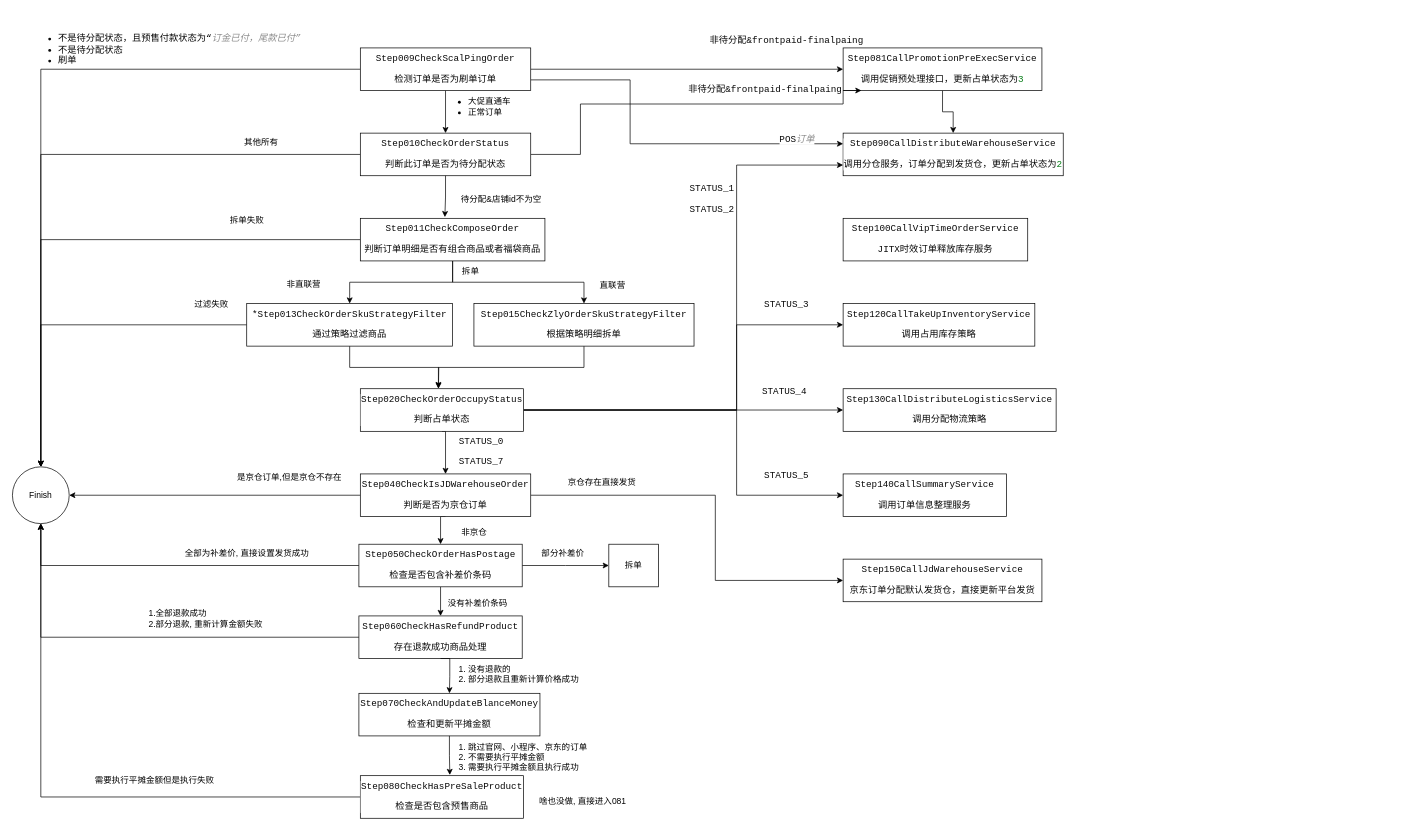
The draw.io diagram VF/VMID/order.drawio in yeahsyoung/diagram, before the edit. Source tidied: cells renumbered, new cells numbered last; positions are measured from the earlier drawing's top-left corner, leaving out a move shared by most shapes. Both pictures are drawn from the tidied source at 71%, with x=0, y=0 at pixel (12, 18).
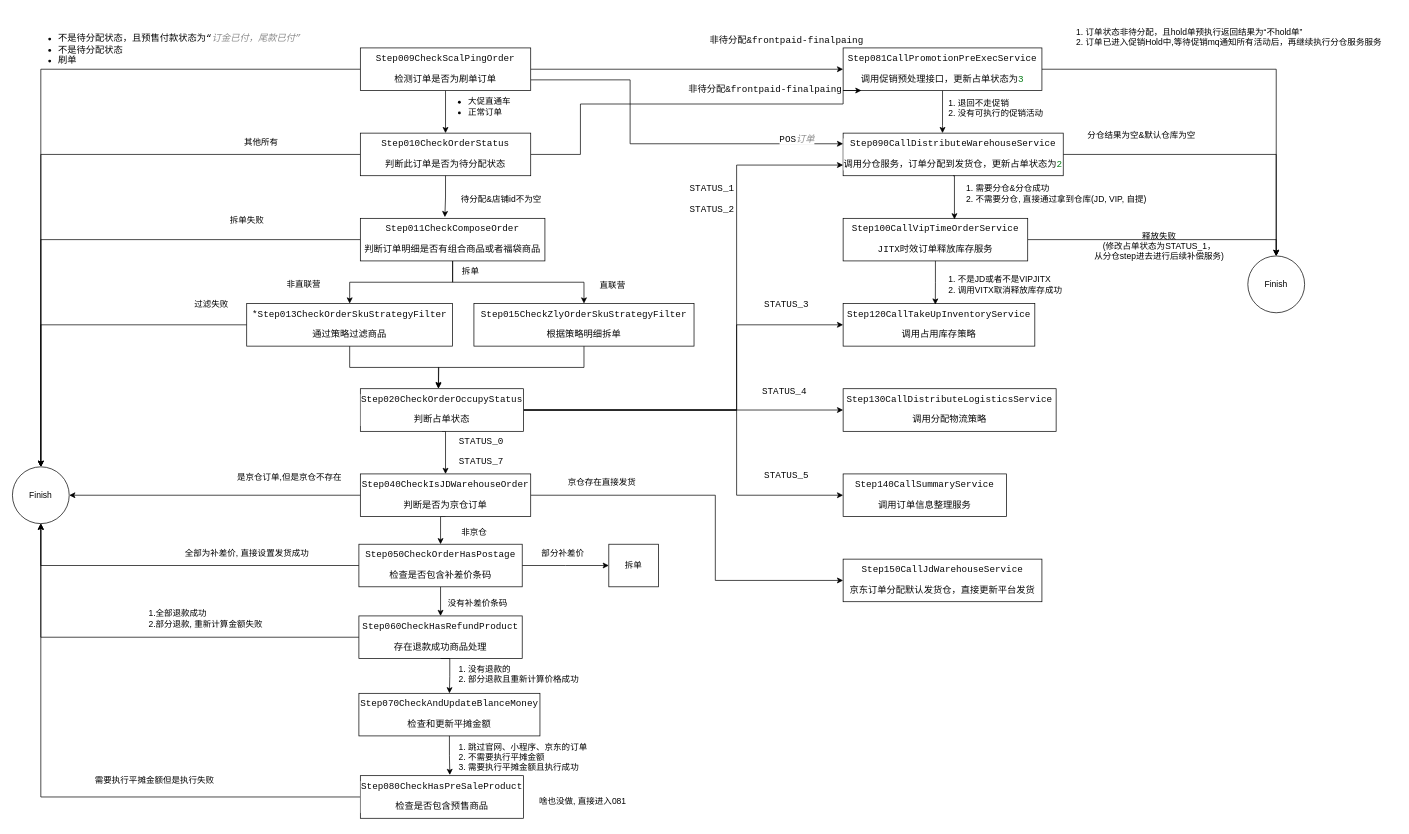
The same diagram, later.

Unchanged cells that the change refers to:
```xml
<mxCell id="12" value="&lt;div style=&quot;background-color:#ffffff;color:#080808&quot;&gt;&lt;pre style=&quot;font-family:'JetBrains Mono',monospace;font-size:9.8pt;&quot;&gt;&lt;div&gt;&lt;pre style=&quot;font-family:'JetBrains Mono',monospace;font-size:9.8pt;&quot;&gt;Step120CallTakeUpInventoryService&lt;/pre&gt;&lt;/div&gt;&lt;/pre&gt;&lt;pre style=&quot;font-family:'JetBrains Mono',monospace;font-size:9.8pt;&quot;&gt;&lt;pre style=&quot;font-family:'Menlo-Regular',monospace;font-size:9.8pt;&quot;&gt;&lt;div&gt;&lt;pre style=&quot;font-family:'Menlo-Regular',monospace;font-size:9.8pt;&quot;&gt;调用占用库存策略&lt;/pre&gt;&lt;/div&gt;&lt;/pre&gt;&lt;/pre&gt;&lt;/div&gt;" style="rounded=0;whiteSpace=wrap;html=1;" parent="1" vertex="1">
  <mxGeometry x="1170" y="402" width="270" height="60" as="geometry" />
</mxCell>
<mxCell id="13" value="&lt;div style=&quot;background-color: rgb(255, 255, 255);&quot;&gt;&lt;pre style=&quot;color: rgb(8, 8, 8); font-family: &amp;quot;JetBrains Mono&amp;quot;, monospace; font-size: 9.8pt;&quot;&gt;&lt;div&gt;&lt;pre style=&quot;font-family:'JetBrains Mono',monospace;font-size:9.8pt;&quot;&gt;Step100CallVipTimeOrderService&lt;/pre&gt;&lt;/div&gt;&lt;/pre&gt;&lt;pre style=&quot;font-family: &amp;quot;JetBrains Mono&amp;quot;, monospace; font-size: 9.8pt;&quot;&gt;&lt;pre style=&quot;font-family: Menlo-Regular, monospace; font-size: 9.8pt;&quot;&gt;&lt;div style=&quot;&quot;&gt;&lt;pre style=&quot;font-family: &amp;quot;JetBrains Mono&amp;quot;, monospace; font-size: 9.8pt;&quot;&gt;&lt;font color=&quot;#080808&quot;&gt;JITX&lt;span style=&quot;font-family: Menlo-Regular, monospace;&quot;&gt;时效订单释放库存服务&lt;/span&gt;&lt;/font&gt;&lt;/pre&gt;&lt;/div&gt;&lt;/pre&gt;&lt;/pre&gt;&lt;/div&gt;" style="rounded=0;whiteSpace=wrap;html=1;" parent="1" vertex="1">
  <mxGeometry x="1170" y="282" width="260" height="60" as="geometry" />
</mxCell>
<mxCell id="14" value="&lt;div style=&quot;background-color:#ffffff;color:#080808&quot;&gt;&lt;pre style=&quot;font-family:'JetBrains Mono',monospace;font-size:9.8pt;&quot;&gt;&lt;div&gt;&lt;pre style=&quot;font-family:'JetBrains Mono',monospace;font-size:9.8pt;&quot;&gt;Step090CallDistributeWarehouseService&lt;/pre&gt;&lt;/div&gt;&lt;/pre&gt;&lt;pre style=&quot;font-family:'JetBrains Mono',monospace;font-size:9.8pt;&quot;&gt;&lt;pre style=&quot;font-family:'Menlo-Regular',monospace;font-size:9.8pt;&quot;&gt;&lt;div&gt;&lt;pre style=&quot;font-family:'Menlo-Regular',monospace;font-size:9.8pt;&quot;&gt;调用分仓服务，订单分配到发货仓，更新占单状态为&lt;span style=&quot;color:#067d17;font-family:'JetBrains Mono',monospace;&quot;&gt;2&lt;/span&gt;&lt;/pre&gt;&lt;/div&gt;&lt;/pre&gt;&lt;/pre&gt;&lt;/div&gt;" style="rounded=0;whiteSpace=wrap;html=1;" parent="1" vertex="1">
  <mxGeometry x="1170" y="162" width="310" height="60" as="geometry" />
</mxCell>
<mxCell id="16" value="&lt;div style=&quot;background-color:#ffffff;color:#080808&quot;&gt;&lt;pre style=&quot;font-family:'JetBrains Mono',monospace;font-size:9.8pt;&quot;&gt;&lt;div&gt;&lt;pre style=&quot;font-family:'JetBrains Mono',monospace;font-size:9.8pt;&quot;&gt;Step081CallPromotionPreExecService&lt;/pre&gt;&lt;/div&gt;&lt;/pre&gt;&lt;pre style=&quot;font-family:'JetBrains Mono',monospace;font-size:9.8pt;&quot;&gt;&lt;pre style=&quot;font-family:'Menlo-Regular',monospace;font-size:9.8pt;&quot;&gt;&lt;div&gt;&lt;pre style=&quot;font-family:'Menlo-Regular',monospace;font-size:9.8pt;&quot;&gt;调用促销预处理接口，更新占单状态为&lt;span style=&quot;color:#067d17;font-family:'JetBrains Mono',monospace;&quot;&gt;3&lt;/span&gt;&lt;/pre&gt;&lt;/div&gt;&lt;/pre&gt;&lt;/pre&gt;&lt;/div&gt;" style="rounded=0;whiteSpace=wrap;html=1;" parent="1" vertex="1">
  <mxGeometry x="1170" y="42" width="280" height="60" as="geometry" />
</mxCell>
```

Change to the diagram source:
```diff
@@
+    <mxCell id="79" style="edgeStyle=orthogonalEdgeStyle;rounded=0;jettySize=auto;html=1;exitX=1;exitY=0.5;exitDx=0;exitDy=0;entryX=0.5;entryY=0;entryDx=0;entryDy=0;" parent="1" edge="1" source="13" target="83">
+      <mxGeometry relative="1" as="geometry" />
+    </mxCell>
@@
+    <mxCell id="80" style="edgeStyle=orthogonalEdgeStyle;rounded=0;jettySize=auto;html=1;exitX=1;exitY=0.5;exitDx=0;exitDy=0;entryX=0.5;entryY=0;entryDx=0;entryDy=0;" parent="1" edge="1" source="16" target="83">
+      <mxGeometry relative="1" as="geometry" />
+    </mxCell>
+    <mxCell id="81" style="edgeStyle=orthogonalEdgeStyle;rounded=0;jettySize=auto;html=1;exitX=1;exitY=0.5;exitDx=0;exitDy=0;entryX=0.5;entryY=0;entryDx=0;entryDy=0;" parent="1" edge="1" source="14" target="83">
+      <mxGeometry relative="1" as="geometry" />
+    </mxCell>
@@
     <mxCell id="15" style="edgeStyle=orthogonalEdgeStyle;rounded=0;jettySize=auto;html=1;" parent="1" edge="1" source="16" target="14">
-      <mxGeometry relative="1" as="geometry" />
+      <mxGeometry relative="1" as="geometry">
+        <Array as="points">
+          <mxPoint x="1310" y="151" />
+          <mxPoint x="1310" y="151" />
+        </Array>
+      </mxGeometry>
     </mxCell>
@@
+    <mxCell id="82" value="&lt;ol&gt;&lt;li&gt;退回不走促销&lt;/li&gt;&lt;li&gt;没有可执行的促销活动&lt;br&gt;&lt;/li&gt;&lt;/ol&gt;" style="text;html=1;align=left;verticalAlign=middle;strokeColor=none;fillColor=none;" parent="1" vertex="1">
+      <mxGeometry x="1290" y="92" width="180" height="70" as="geometry" />
+    </mxCell>
+    <mxCell id="83" value="Finish" style="ellipse;whiteSpace=wrap;html=1;" parent="1" vertex="1">
+      <mxGeometry x="1740" y="335" width="80" height="80" as="geometry" />
+    </mxCell>
+    <mxCell id="84" value="&lt;ol&gt;&lt;li&gt;订单状态非待分配，且hold单预执行返回结果为“不hold单”&lt;/li&gt;&lt;li&gt;订单已进入促销Hold中,等待促销mq通知所有活动后，再继续执行分仓服务服务&lt;br&gt;&lt;/li&gt;&lt;/ol&gt;" style="text;html=1;align=left;verticalAlign=middle;strokeColor=none;fillColor=none;" parent="1" vertex="1">
+      <mxGeometry x="1470" y="-8" width="480" height="70" as="geometry" />
+    </mxCell>
+    <mxCell id="85" value="分仓结果为空&amp;amp;默认仓库为空" style="text;html=1;align=center;verticalAlign=middle;strokeColor=none;fillColor=none;" parent="1" vertex="1">
+      <mxGeometry x="1500" y="151" width="180" height="30" as="geometry" />
+    </mxCell>
+    <mxCell id="86" style="edgeStyle=orthogonalEdgeStyle;rounded=0;jettySize=auto;html=1;exitX=0.5;exitY=1;exitDx=0;exitDy=0;entryX=0.603;entryY=0.024;entryDx=0;entryDy=0;entryPerimeter=0;" parent="1" edge="1" source="14" target="13">
+      <mxGeometry relative="1" as="geometry">
+        <Array as="points">
+          <mxPoint x="1327" y="222" />
+        </Array>
+      </mxGeometry>
+    </mxCell>
+    <mxCell id="87" value="&lt;ol&gt;&lt;li&gt;需要分仓&amp;amp;分仓成功&lt;/li&gt;&lt;li&gt;不需要分仓, 直接通过拿到仓库(JD, VIP, 自提)&lt;/li&gt;&lt;/ol&gt;" style="text;html=1;align=left;verticalAlign=middle;strokeColor=none;fillColor=none;" parent="1" vertex="1">
+      <mxGeometry x="1315" y="212" width="300" height="70" as="geometry" />
+    </mxCell>
+    <mxCell id="88" style="edgeStyle=orthogonalEdgeStyle;rounded=0;jettySize=auto;html=1;exitX=0.5;exitY=1;exitDx=0;exitDy=0;entryX=0.481;entryY=0.025;entryDx=0;entryDy=0;entryPerimeter=0;" parent="1" edge="1" source="13" target="12">
+      <mxGeometry relative="1" as="geometry" />
+    </mxCell>
+    <mxCell id="89" value="&lt;ol&gt;&lt;li&gt;不是JD或者不是VIPJITX&lt;/li&gt;&lt;li&gt;调用VITX取消释放库存成功&lt;br&gt;&lt;/li&gt;&lt;/ol&gt;" style="text;html=1;align=left;verticalAlign=middle;strokeColor=none;fillColor=none;" parent="1" vertex="1">
+      <mxGeometry x="1290" y="340" width="210" height="70" as="geometry" />
+    </mxCell>
+    <mxCell id="90" value="释放失败&lt;br&gt;(修改占单状态为STATUS_1，&lt;br&gt;从分仓step进去进行后续补偿服务)" style="text;html=1;align=center;verticalAlign=middle;strokeColor=none;fillColor=none;" parent="1" vertex="1">
+      <mxGeometry x="1510" y="291" width="210" height="60" as="geometry" />
+    </mxCell>
```
